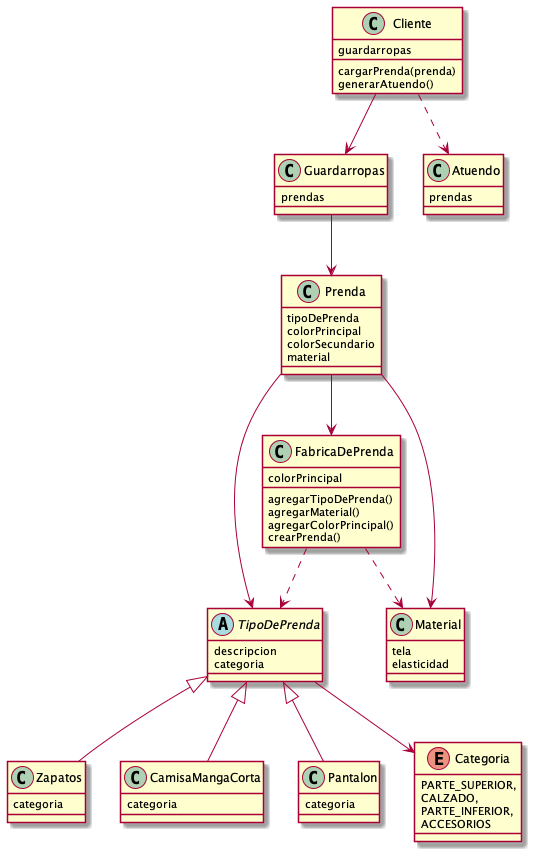
Before: diagrama.png, a diagram exported from PlantUML (mottato/que-me-pongo). Its diagram source:
```plantuml
@startuml

class Cliente {
    guardarropas
    cargarPrenda(prenda)
    generarAtuendo()
}

class Guardarropas {
    prendas
}

class Prenda {
    tipoDePrenda
    colorPrincipal
    colorSecundario
    material
}

class FabricaDePrenda {
    colorPrincipal
    agregarTipoDePrenda()
    agregarMaterial()
    agregarColorPrincipal()
    crearPrenda()
}

abstract class TipoDePrenda {
    descripcion
    categoria
}

class Zapatos {
    categoria
}

class CamisaMangaCorta {
    categoria
}

class Pantalon {
    categoria
}

enum Categoria {
    PARTE_SUPERIOR,
    CALZADO,
    PARTE_INFERIOR,
    ACCESORIOS
}

class Material {
    tela
    elasticidad
}

class Atuendo {
    prendas
}

Cliente --> Guardarropas
Cliente ..> Atuendo
Guardarropas --> Prenda

Prenda --> TipoDePrenda
Prenda --> Material
Prenda --> FabricaDePrenda

FabricaDePrenda ..> TipoDePrenda
FabricaDePrenda ..> Material

TipoDePrenda --> Categoria
TipoDePrenda <|-- Zapatos
TipoDePrenda <|-- CamisaMangaCorta
TipoDePrenda <|-- Pantalon




@enduml
```
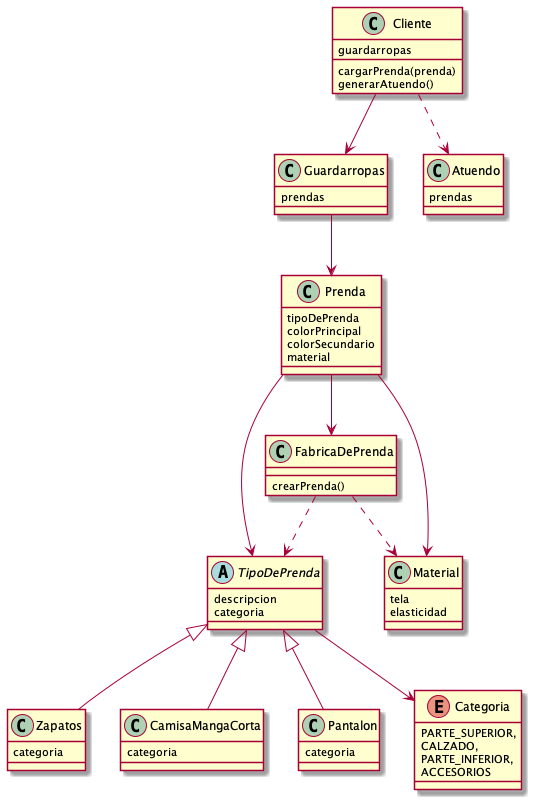
After the change.

Change to the diagram source:
```diff
@@ -18,10 +18,6 @@
 }
 
 class FabricaDePrenda {
-    colorPrincipal
-    agregarTipoDePrenda()
-    agregarMaterial()
-    agregarColorPrincipal()
     crearPrenda()
 }
 
```
